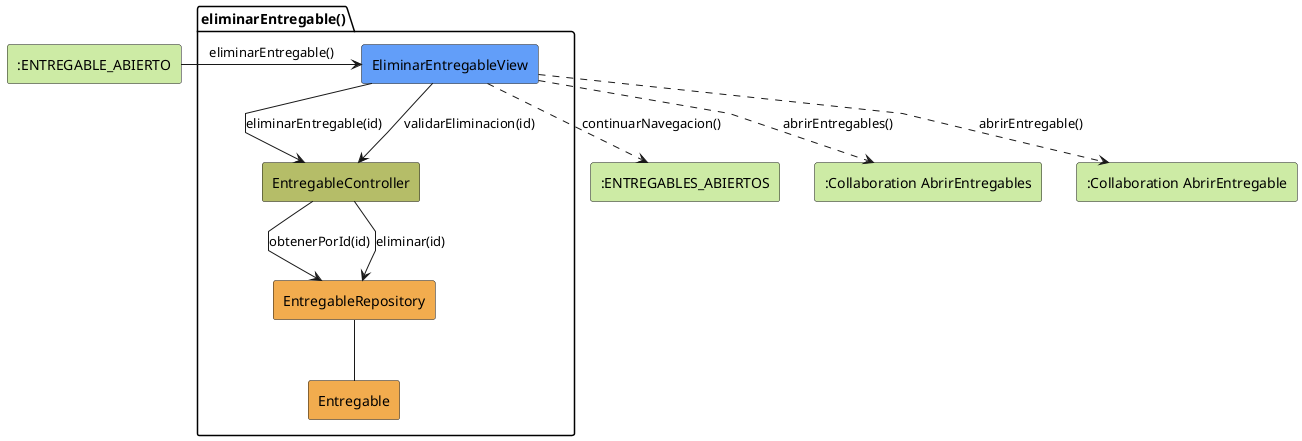
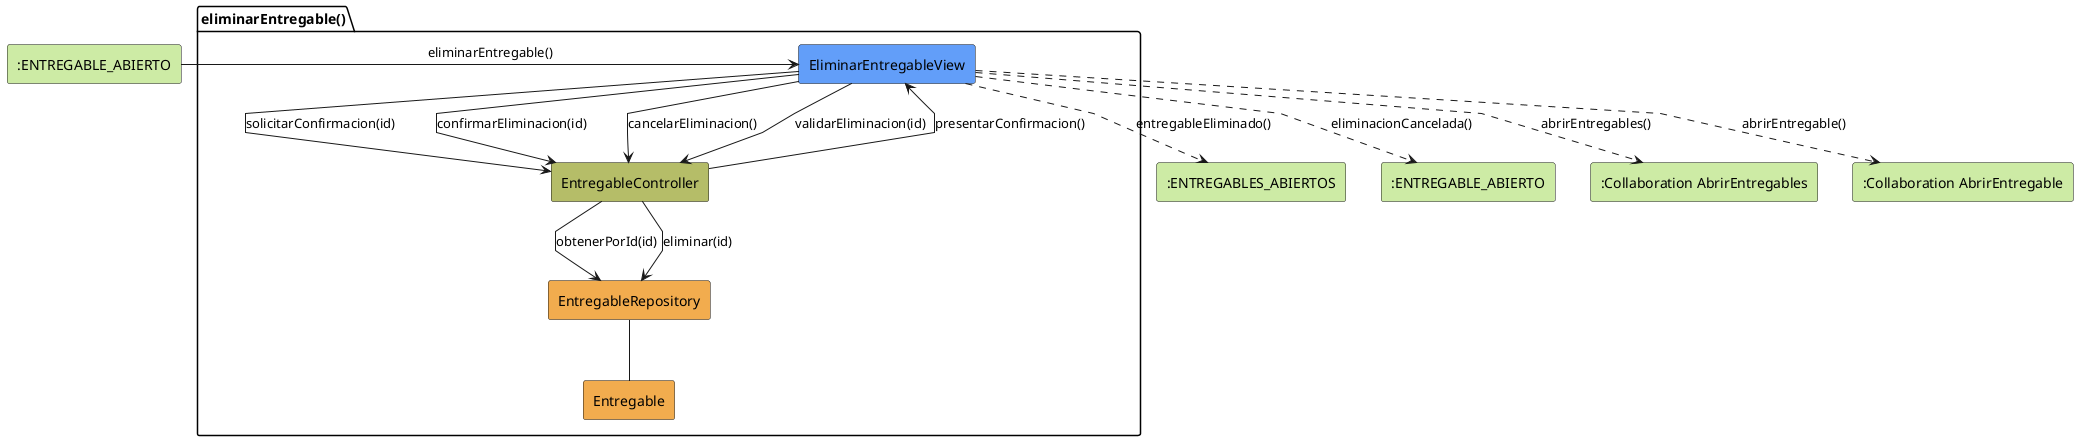
@startuml eliminarEntregable-analisis
skinparam linetype polyline

rectangle #CDEBA5 ":ENTREGABLE_ABIERTO" as EstadoEntrada
package eliminarEntregable as "eliminarEntregable()" {
    rectangle #629EF9 EliminarEntregableView
    rectangle #b5bd68 EntregableController
    rectangle #F2AC4E EntregableRepository
    rectangle #F2AC4E Entregable
}

- rectangle #CDEBA5 ":ENTREGABLES_ABIERTOS" as EstadoSalida
+ rectangle #CDEBA5 ":ENTREGABLES_ABIERTOS" as EstadoSalidaExitosa
+ rectangle #CDEBA5 ":ENTREGABLE_ABIERTO" as EstadoSalidaCancelada
rectangle #CDEBA5 ":Collaboration AbrirEntregables" as AbrirEntregables
rectangle #CDEBA5 ":Collaboration AbrirEntregable" as AbrirEntregable

EstadoEntrada -r-> EliminarEntregableView: eliminarEntregable()

- EliminarEntregableView -d-> EntregableController: eliminarEntregable(id)
+ EliminarEntregableView -d-> EntregableController: solicitarConfirmacion(id)
+ EntregableController --> EliminarEntregableView: presentarConfirmacion()
+ EliminarEntregableView --> EntregableController: confirmarEliminacion(id)
+ EliminarEntregableView --> EntregableController: cancelarEliminacion()
EliminarEntregableView --> EntregableController: validarEliminacion(id)
EntregableController --> EntregableRepository: obtenerPorId(id)
EntregableController --> EntregableRepository: eliminar(id)
EntregableRepository -- Entregable
- EliminarEntregableView ..> EstadoSalida: continuarNavegacion()
+ EliminarEntregableView ..> EstadoSalidaExitosa: entregableEliminado()
+ EliminarEntregableView ..> EstadoSalidaCancelada: eliminacionCancelada()
EliminarEntregableView ..> AbrirEntregables: abrirEntregables()
EliminarEntregableView ..> AbrirEntregable: abrirEntregable()

@enduml
